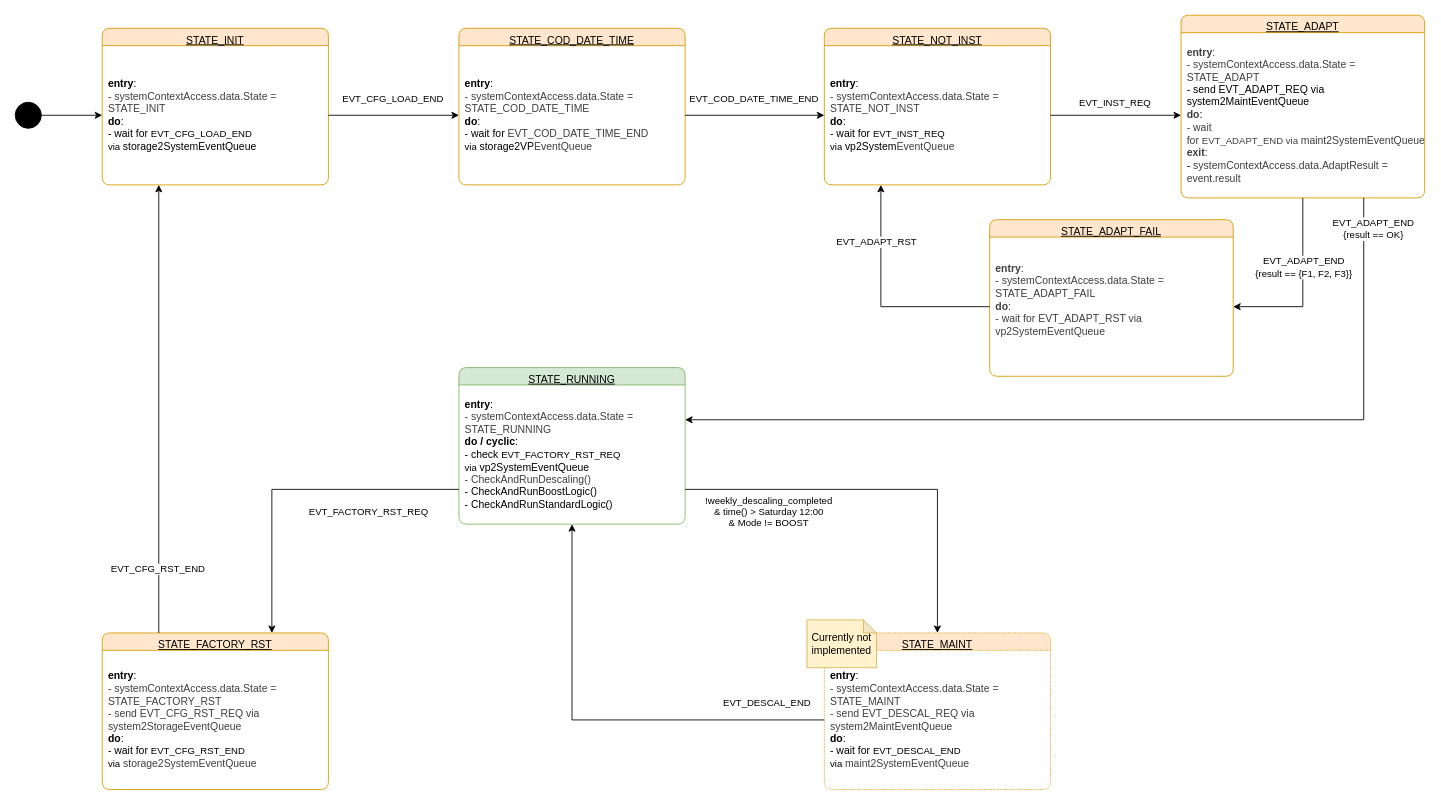
Before: software/diagrams/mt-rt-sw-system-task-state-machine.drawio in MiraTherm/miratherm-radiator-thermostat-documentation, a draw.io diagram. Source tidied: cells renumbered, new cells numbered last; positions are measured from the earlier drawing's top-left corner, leaving out a move shared by most shapes. Both pictures are drawn from the tidied source at 87%, with x=0, y=0 at pixel (15, 15).
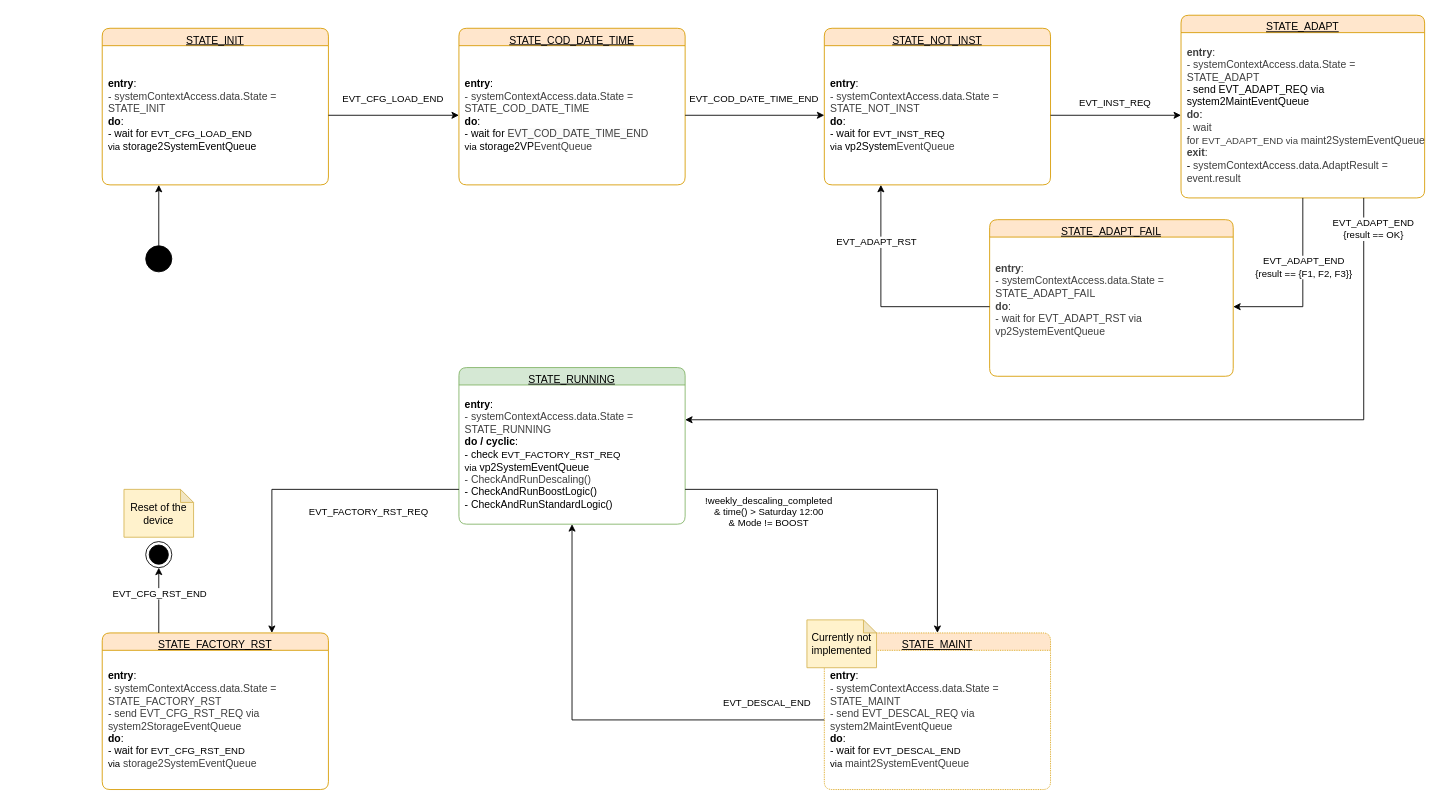
After the change.

Commit message:
:memo: Add state machine end state

Unchanged cells that the change refers to:
```xml
<mxCell id="3" value="&lt;div&gt;&lt;b&gt;entry&lt;/b&gt;:&lt;br&gt;&lt;/div&gt;&lt;div&gt;&lt;span style=&quot;color: rgb(63, 63, 63);&quot;&gt;- systemContextAccess.data.State = STATE_INIT&lt;/span&gt;&lt;br&gt;&lt;/div&gt;&lt;div&gt;&lt;b&gt;do&lt;/b&gt;:&lt;br&gt;- wait &lt;font&gt;for&amp;nbsp;&lt;span style=&quot;background-color: rgb(255, 255, 255); font-size: 11px; text-align: center; text-wrap-mode: nowrap; color: rgb(0, 0, 0);&quot;&gt;&lt;font&gt;EVT_CFG_LOAD_END &lt;br&gt;via&lt;/font&gt;&lt;/span&gt;&lt;span style=&quot;background-color: rgb(255, 255, 255); font-size: 11px; text-align: center; text-wrap-mode: nowrap; color: rgb(0, 0, 0);&quot;&gt;&amp;nbsp;&lt;/span&gt;&lt;/font&gt;&lt;span style=&quot;background-color: transparent;&quot;&gt;&lt;font&gt;st&lt;/font&gt;orage2SystemEventQueue&lt;/span&gt;&lt;/div&gt;" style="fillColor=none;strokeColor=none;align=left;verticalAlign=middle;spacingLeft=5;whiteSpace=wrap;html=1;" parent="2" vertex="1">
  <mxGeometry y="20" width="260" height="160" as="geometry" />
</mxCell>
<mxCell id="18" value="STATE_FACTORY_RST" style="swimlane;fontStyle=4;align=center;verticalAlign=top;horizontal=1;startSize=20;html=1;rounded=1;absoluteArcSize=1;arcSize=18;whiteSpace=wrap;fillColor=#ffe6cc;strokeColor=#d79b00;" parent="1" vertex="1">
  <mxGeometry x="100" y="710" width="260" height="180" as="geometry" />
</mxCell>
```

What changed in the source:
```diff
@@
-    <mxCell id="22" style="edgeStyle=orthogonalEdgeStyle;rounded=0;jettySize=auto;html=1;exitX=0.25;exitY=0;exitDx=0;exitDy=0;entryX=0.25;entryY=1;entryDx=0;entryDy=0;" parent="1" edge="1" source="18" target="3">
-      <mxGeometry relative="1" as="geometry" />
-    </mxCell>
-    <mxCell id="23" value="EVT_CFG_RST_END" style="edgeLabel;html=1;align=center;verticalAlign=middle;" parent="22" vertex="1">
-      <mxGeometry x="0.04" y="3" relative="1" as="geometry">
-        <mxPoint x="1" y="194" as="offset" />
-      </mxGeometry>
-    </mxCell>
@@
-    <mxCell id="30" style="edgeStyle=orthogonalEdgeStyle;rounded=0;jettySize=auto;html=1;exitX=1;exitY=0.5;exitDx=0;exitDy=0;entryX=0;entryY=0.5;entryDx=0;entryDy=0;" parent="1" edge="1" source="31" target="3">
+    <mxCell id="30" style="edgeStyle=orthogonalEdgeStyle;rounded=0;jettySize=auto;html=1;exitX=0.5;exitY=0;exitDx=0;exitDy=0;entryX=0.25;entryY=1;entryDx=0;entryDy=0;" parent="1" edge="1" source="31" target="3">
       <mxGeometry relative="1" as="geometry" />
     </mxCell>
     <mxCell id="31" style="ellipse;fillColor=strokeColor;html=1;" parent="1" vertex="1">
-      <mxGeometry y="100" width="30" height="30" as="geometry" />
+      <mxGeometry x="150" y="265" width="30" height="30" as="geometry" />
     </mxCell>
@@
+    <mxCell id="41" style="ellipse;html=1;shape=endState;fillColor=#000000;strokeColor=#000000;" parent="1" vertex="1">
+      <mxGeometry x="150" y="605" width="30" height="30" as="geometry" />
+    </mxCell>
+    <mxCell id="42" style="edgeStyle=orthogonalEdgeStyle;rounded=0;jettySize=auto;html=1;exitX=0.25;exitY=0;exitDx=0;exitDy=0;entryX=0.5;entryY=1;entryDx=0;entryDy=0;" parent="1" edge="1" source="18" target="41">
+      <mxGeometry relative="1" as="geometry" />
+    </mxCell>
+    <mxCell id="23" value="&lt;span style=&quot;color: rgb(0, 0, 0);&quot;&gt;EVT_CFG_RST_END&lt;/span&gt;" style="edgeLabel;html=1;align=center;verticalAlign=middle;" parent="42" vertex="1">
+      <mxGeometry x="-0.02" y="-2" relative="1" as="geometry">
+        <mxPoint x="-2" y="-9" as="offset" />
+      </mxGeometry>
+    </mxCell>
+    <mxCell id="43" value="Reset of the device" style="shape=note;whiteSpace=wrap;html=1;backgroundOutline=1;darkOpacity=0.05;size=15;fillColor=#fff2cc;strokeColor=#d6b656;" parent="1" vertex="1">
+      <mxGeometry x="125" y="545" width="80" height="55" as="geometry" />
+    </mxCell>
```
